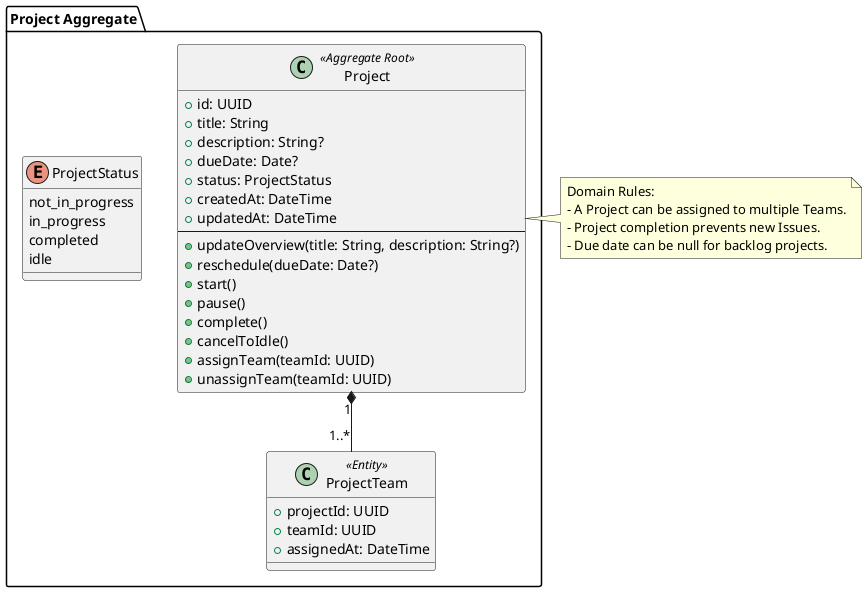
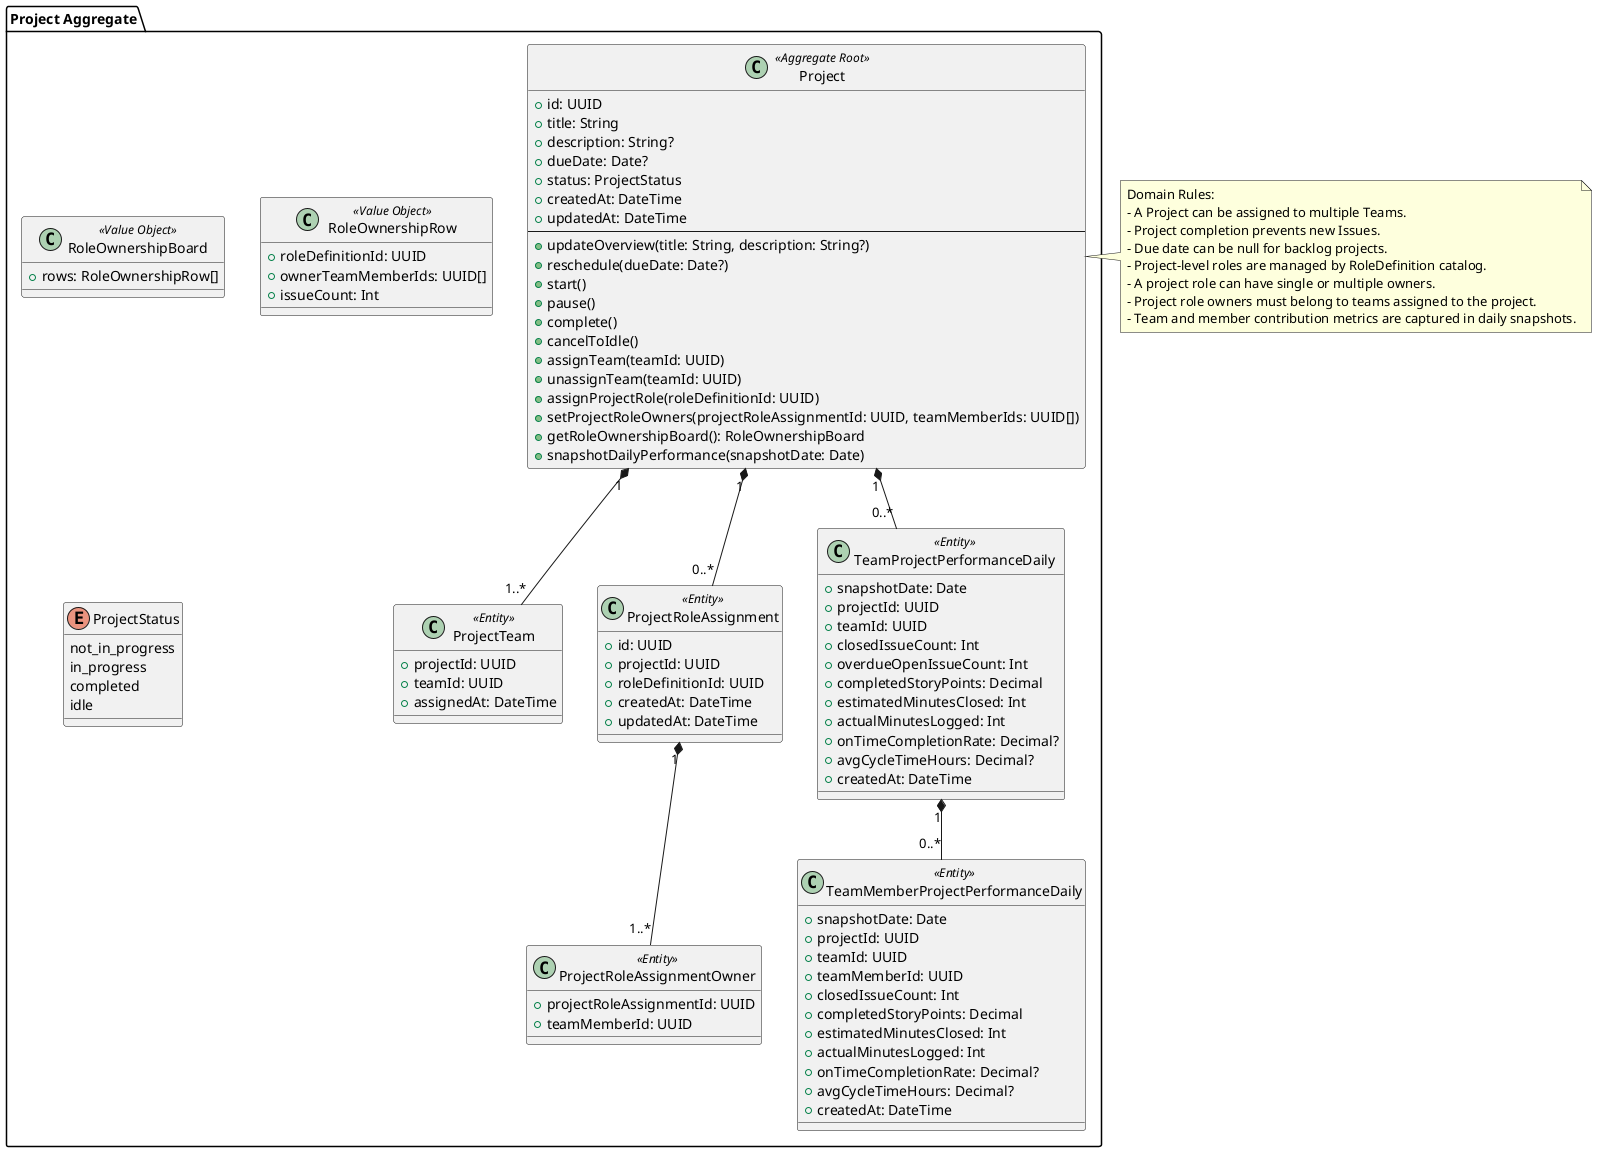
@startuml
package "Project Aggregate" {

  class Project <<Aggregate Root>> {
    +id: UUID
    +title: String
    +description: String?
    +dueDate: Date?
    +status: ProjectStatus
    +createdAt: DateTime
    +updatedAt: DateTime
    --
    +updateOverview(title: String, description: String?)
    +reschedule(dueDate: Date?)
    +start()
    +pause()
    +complete()
    +cancelToIdle()
    +assignTeam(teamId: UUID)
    +unassignTeam(teamId: UUID)
+     +assignProjectRole(roleDefinitionId: UUID)
+     +setProjectRoleOwners(projectRoleAssignmentId: UUID, teamMemberIds: UUID[])
+     +getRoleOwnershipBoard(): RoleOwnershipBoard
+     +snapshotDailyPerformance(snapshotDate: Date)
  }

  class ProjectTeam <<Entity>> {
    +projectId: UUID
    +teamId: UUID
    +assignedAt: DateTime
+   }
+ 
+   class ProjectRoleAssignment <<Entity>> {
+     +id: UUID
+     +projectId: UUID
+     +roleDefinitionId: UUID
+     +createdAt: DateTime
+     +updatedAt: DateTime
+   }
+ 
+   class ProjectRoleAssignmentOwner <<Entity>> {
+     +projectRoleAssignmentId: UUID
+     +teamMemberId: UUID
+   }
+ 
+   class RoleOwnershipBoard <<Value Object>> {
+     +rows: RoleOwnershipRow[]
+   }
+ 
+   class RoleOwnershipRow <<Value Object>> {
+     +roleDefinitionId: UUID
+     +ownerTeamMemberIds: UUID[]
+     +issueCount: Int
+   }
+ 
+   class TeamProjectPerformanceDaily <<Entity>> {
+     +snapshotDate: Date
+     +projectId: UUID
+     +teamId: UUID
+     +closedIssueCount: Int
+     +overdueOpenIssueCount: Int
+     +completedStoryPoints: Decimal
+     +estimatedMinutesClosed: Int
+     +actualMinutesLogged: Int
+     +onTimeCompletionRate: Decimal?
+     +avgCycleTimeHours: Decimal?
+     +createdAt: DateTime
+   }
+ 
+   class TeamMemberProjectPerformanceDaily <<Entity>> {
+     +snapshotDate: Date
+     +projectId: UUID
+     +teamId: UUID
+     +teamMemberId: UUID
+     +closedIssueCount: Int
+     +completedStoryPoints: Decimal
+     +estimatedMinutesClosed: Int
+     +actualMinutesLogged: Int
+     +onTimeCompletionRate: Decimal?
+     +avgCycleTimeHours: Decimal?
+     +createdAt: DateTime
  }

  enum ProjectStatus {
    not_in_progress
    in_progress
    completed
    idle
  }

  Project "1" *-- "1..*" ProjectTeam
+   Project "1" *-- "0..*" ProjectRoleAssignment
+   Project "1" *-- "0..*" TeamProjectPerformanceDaily
+   TeamProjectPerformanceDaily "1" *-- "0..*" TeamMemberProjectPerformanceDaily
+   ProjectRoleAssignment "1" *-- "1..*" ProjectRoleAssignmentOwner
}

note right of Project
Domain Rules:
- A Project can be assigned to multiple Teams.
- Project completion prevents new Issues.
- Due date can be null for backlog projects.
+ - Project-level roles are managed by RoleDefinition catalog.
+ - A project role can have single or multiple owners.
+ - Project role owners must belong to teams assigned to the project.
+ - Team and member contribution metrics are captured in daily snapshots.
end note

@enduml